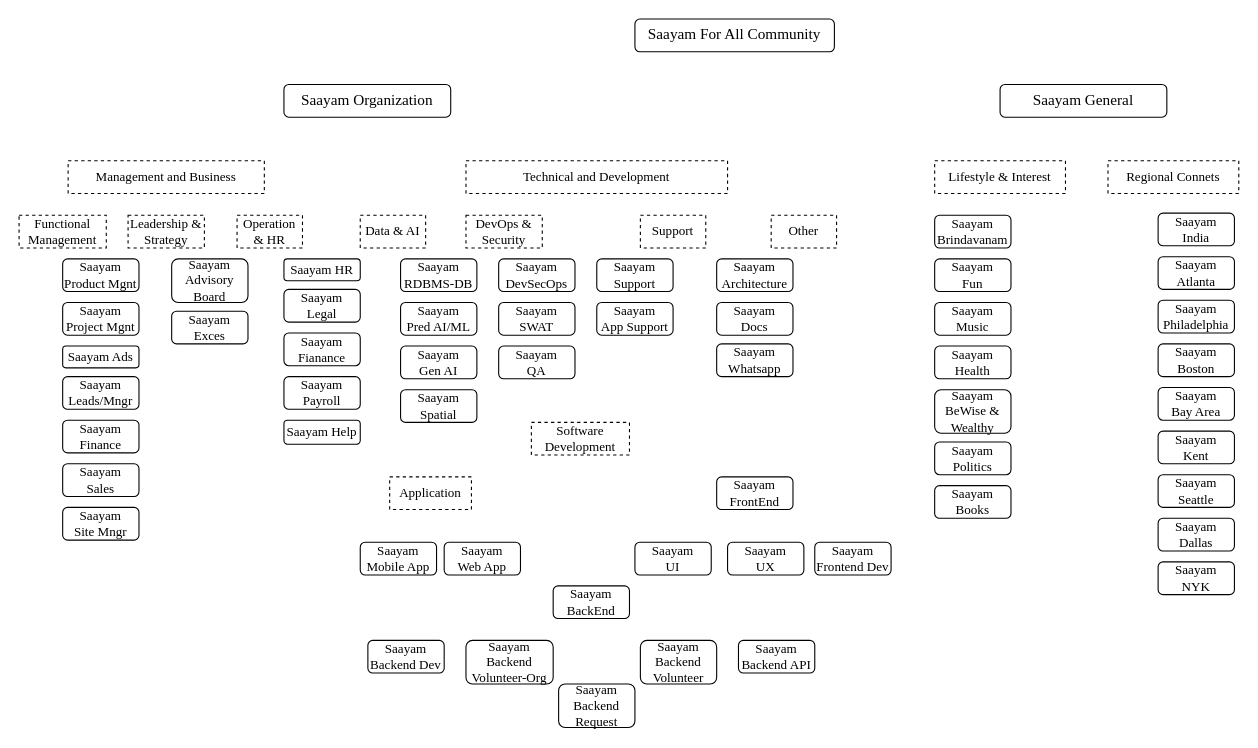
This is Saayam.drawio from PallaviChitrada10/PallaviChitrada, a draw.io file, before an edit. Source tidied: cells renumbered, new cells numbered last; positions are measured from the earlier drawing's top-left corner, leaving out a move shared by most shapes. Both pictures are drawn from the tidied source at 109%, with x=0, y=0 at pixel (19, 19).
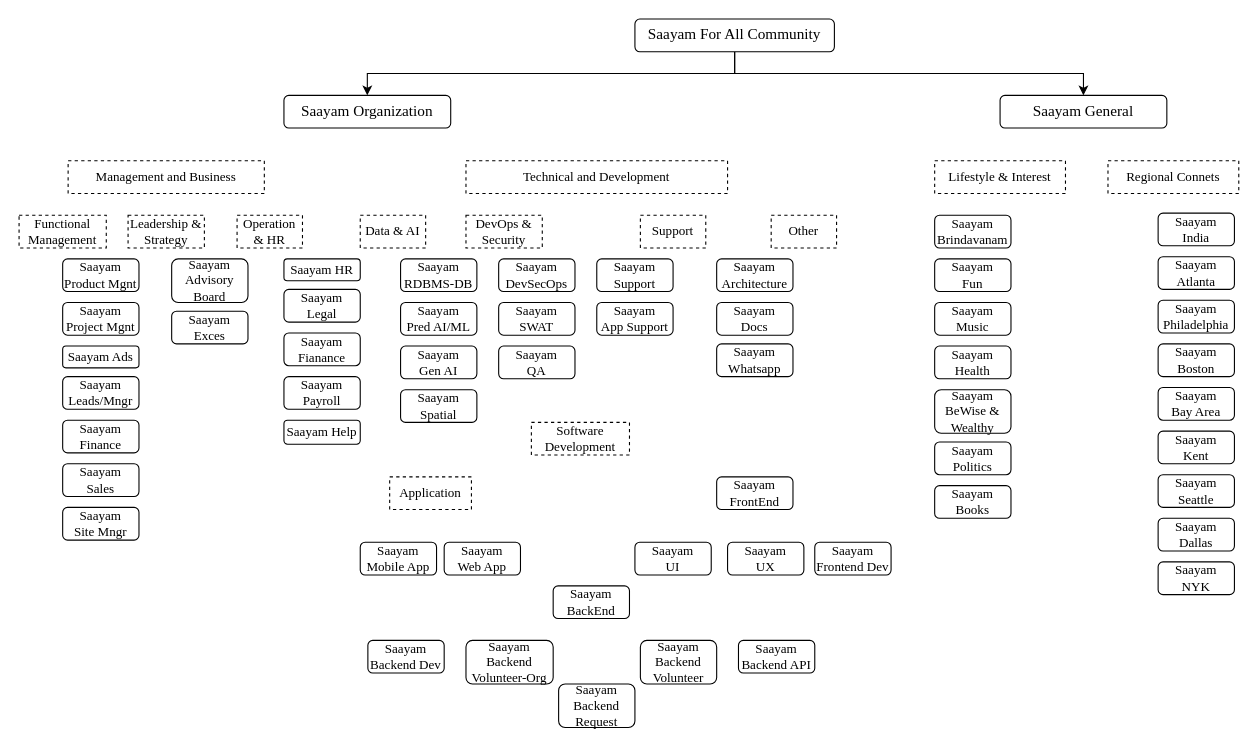
Above is the later version.

The change refers to these unchanged cells:
```xml
<mxCell id="22" value="&lt;font&gt;Saayam For All Community&lt;/font&gt;" style="rounded=1;whiteSpace=wrap;html=1;fontFamily=Times New Roman;fontSize=14;labelBackgroundColor=none;" parent="1" vertex="1">
  <mxGeometry x="565" width="183" height="30" as="geometry" />
</mxCell>
```

Change to the diagram source:
```diff
@@
     <mxCell id="2" value="&lt;font&gt;Saayam Organization&lt;/font&gt;" style="rounded=1;whiteSpace=wrap;html=1;fontFamily=Times New Roman;fontSize=14;labelBackgroundColor=none;" parent="1" vertex="1">
-      <mxGeometry x="243" y="60" width="153" height="30" as="geometry" />
+      <mxGeometry x="243" y="70" width="153" height="30" as="geometry" />
     </mxCell>
@@
+    <mxCell id="72" style="edgeStyle=orthogonalEdgeStyle;rounded=0;jettySize=auto;html=1;exitX=0.5;exitY=1;exitDx=0;exitDy=0;entryX=0.5;entryY=0;entryDx=0;entryDy=0;" parent="1" edge="1" source="22" target="2">
+      <mxGeometry relative="1" as="geometry" />
+    </mxCell>
+    <mxCell id="73" style="edgeStyle=orthogonalEdgeStyle;rounded=0;jettySize=auto;html=1;exitX=0.5;exitY=1;exitDx=0;exitDy=0;entryX=0.5;entryY=0;entryDx=0;entryDy=0;" parent="1" edge="1" source="22" target="23">
+      <mxGeometry relative="1" as="geometry" />
+    </mxCell>
@@
     <mxCell id="23" value="&lt;font&gt;Saayam General&lt;/font&gt;" style="rounded=1;whiteSpace=wrap;html=1;fontFamily=Times New Roman;fontSize=14;labelBackgroundColor=none;" parent="1" vertex="1">
-      <mxGeometry x="900" y="60" width="153" height="30" as="geometry" />
+      <mxGeometry x="900" y="70" width="153" height="30" as="geometry" />
     </mxCell>
```
